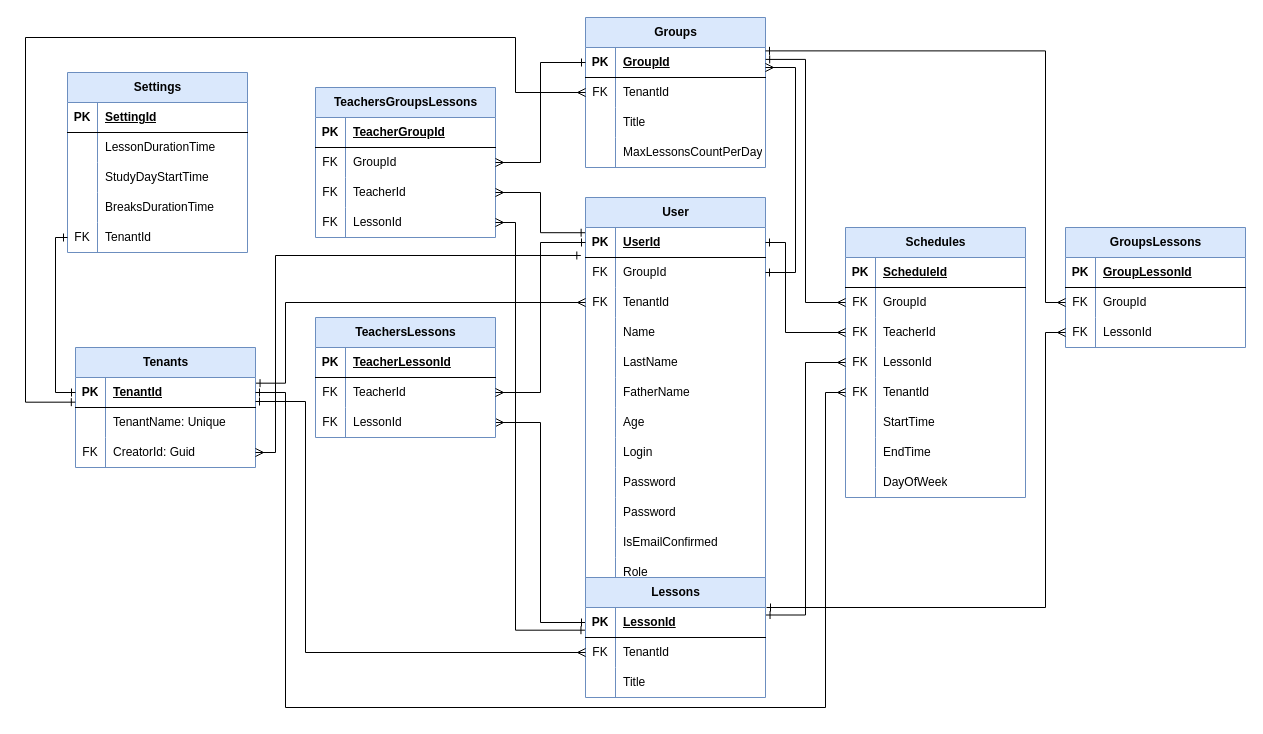
KuleshovNikita/ESchedule keeps this draw.io diagram as ESchedule/Diagrams/ER.drawio. Above is the earlier version. Source tidied: cells renumbered, new cells numbered last; positions are measured from the earlier drawing's top-left corner, leaving out a move shared by most shapes. Both pictures are drawn from the tidied source at 100%, with x=0, y=0 at pixel (25, 17).
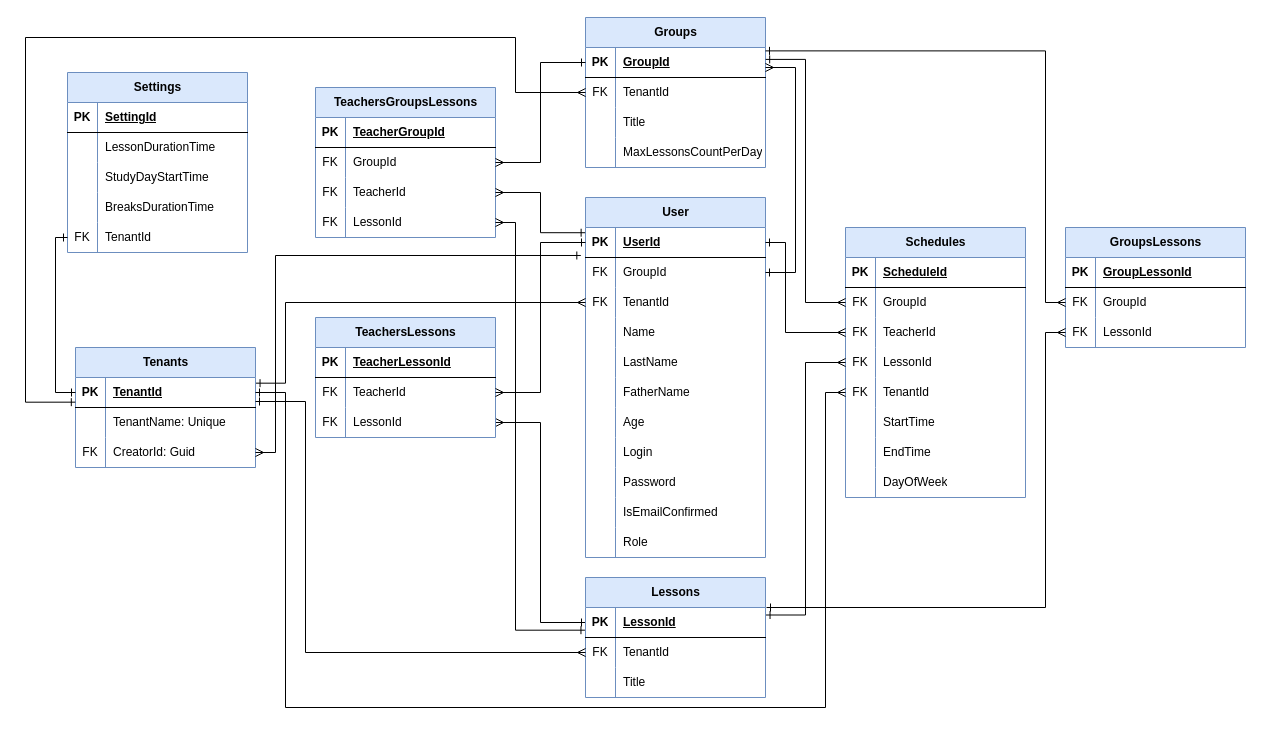
The same page after the edit.

The edit, as a diff of the source:
```diff
@@
     <mxCell id="2" value="User" style="shape=table;startSize=30;childLayout=tableLayout;rowLines=0;fontStyle=1;align=center;html=1;fillColor=#dae8fc;strokeColor=#6c8ebf;" parent="1" vertex="1">
-      <mxGeometry x="560" y="180" width="180" height="390" as="geometry" />
+      <mxGeometry x="560" y="180" width="180" height="360" as="geometry" />
     </mxCell>
@@
-    <mxCell id="30" style="shape=tableRow;horizontal=0;startSize=0;swimlaneHead=0;swimlaneBody=0;fillColor=none;top=0;left=0;right=0;bottom=0;" parent="2" vertex="1">
-      <mxGeometry y="300" width="180" height="30" as="geometry" />
-    </mxCell>
-    <mxCell id="31" style="shape=partialRectangle;fillColor=none;top=0;left=0;bottom=0;right=0;overflow=hidden;whiteSpace=wrap;html=1;" parent="30" vertex="1">
-      <mxGeometry width="30" height="30" as="geometry" />
-    </mxCell>
-    <mxCell id="32" value="Password" style="shape=partialRectangle;fillColor=none;top=0;left=0;bottom=0;right=0;align=left;spacingLeft=6;overflow=hidden;whiteSpace=wrap;html=1;" parent="30" vertex="1">
-      <mxGeometry x="30" width="150" height="30" as="geometry" />
-    </mxCell>
     <mxCell id="33" style="shape=tableRow;horizontal=0;startSize=0;swimlaneHead=0;swimlaneBody=0;fillColor=none;top=0;left=0;right=0;bottom=0;" parent="2" vertex="1">
-      <mxGeometry y="330" width="180" height="30" as="geometry" />
+      <mxGeometry y="300" width="180" height="30" as="geometry" />
     </mxCell>
@@
     <mxCell id="36" style="shape=tableRow;horizontal=0;startSize=0;swimlaneHead=0;swimlaneBody=0;fillColor=none;top=0;left=0;right=0;bottom=0;" parent="2" vertex="1">
-      <mxGeometry y="360" width="180" height="30" as="geometry" />
+      <mxGeometry y="330" width="180" height="30" as="geometry" />
     </mxCell>
```
